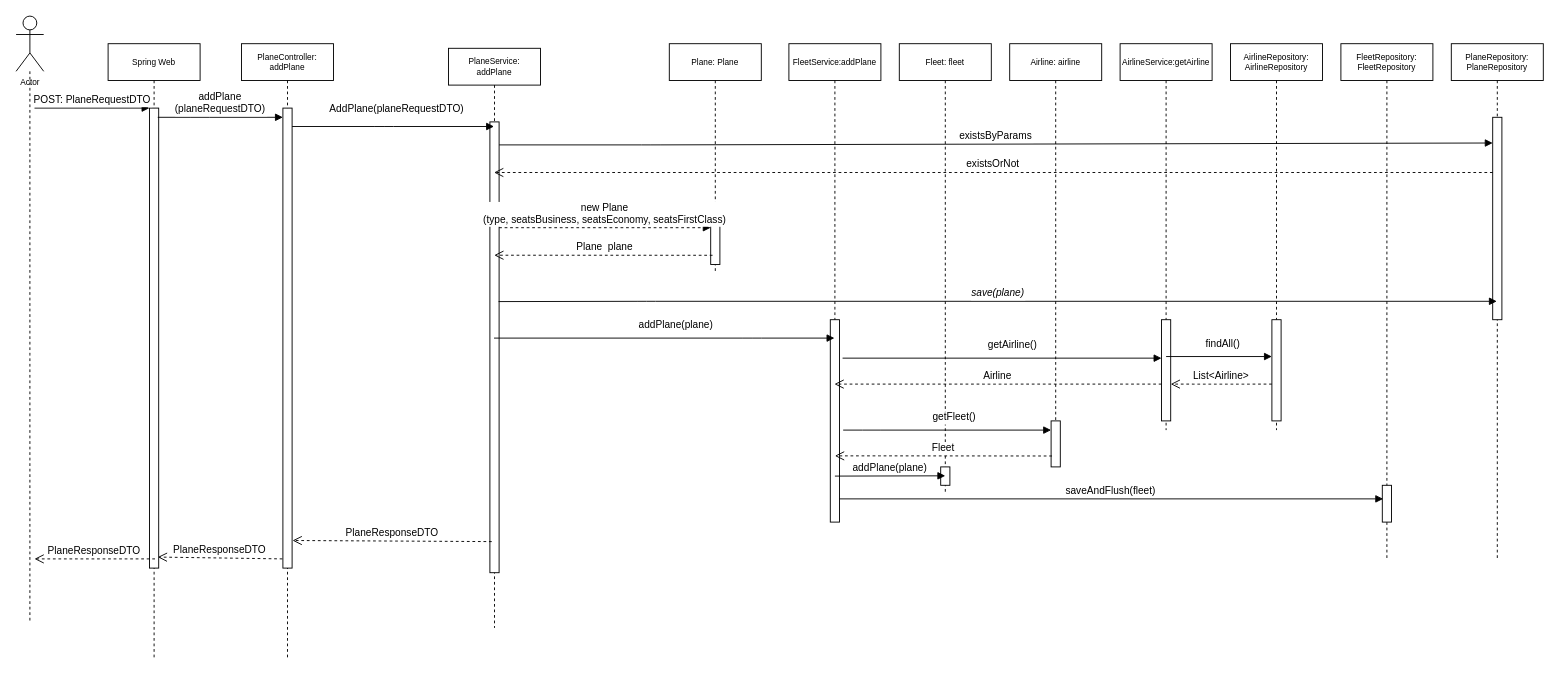
The draw.io diagram docs/sequenceDiagrams/addPlane.drawio in huict/prbed-2122-v2c-teamdit, before the edit. Source tidied: cells renumbered, new cells numbered last; positions are measured from the earlier drawing's top-left corner, leaving out a move shared by most shapes. Both pictures are drawn from the tidied source at 92%, with x=0, y=0 at pixel (16, 16).
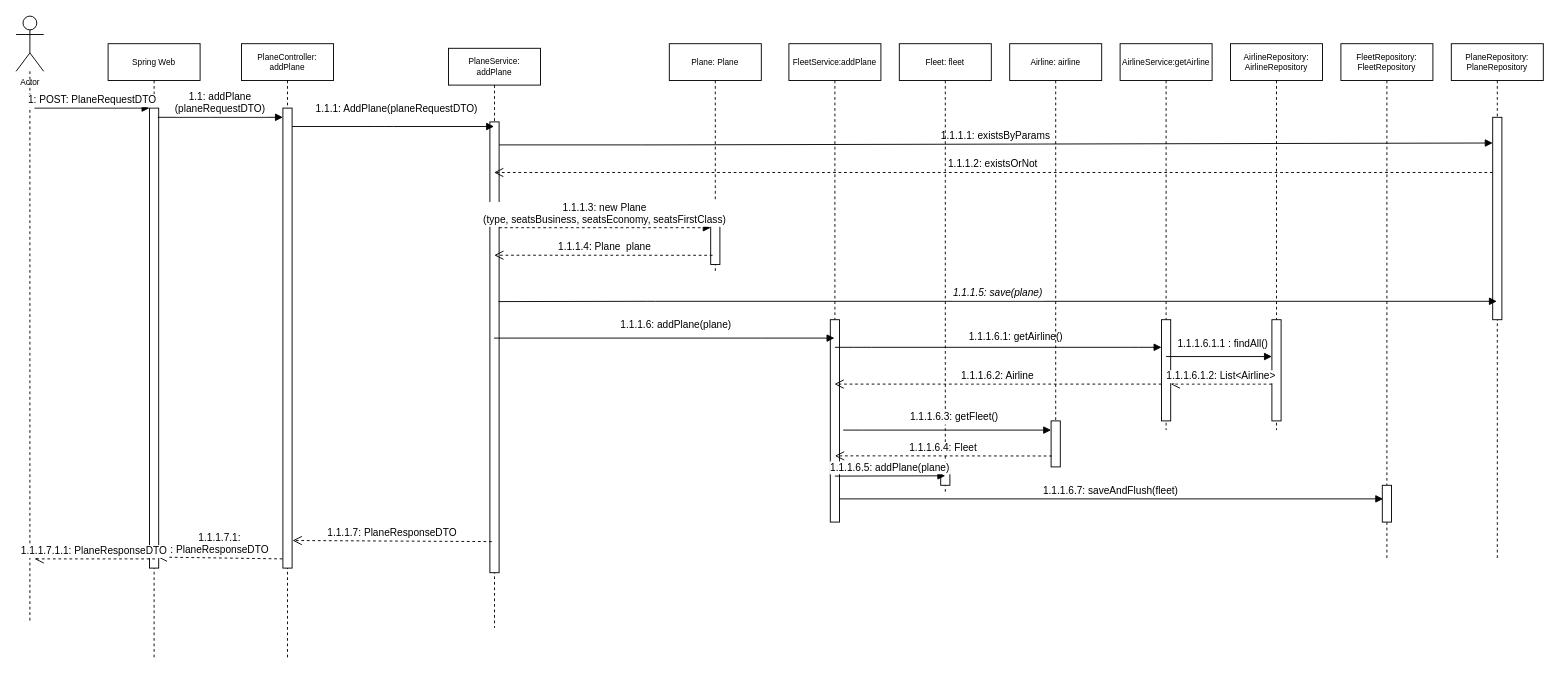
The same page after the edit.

Unchanged cells that the change refers to:
```xml
<mxCell id="3" style="points=[];perimeter=orthogonalPerimeter;rounded=0;shadow=0;strokeWidth=1;" parent="2" vertex="1">
  <mxGeometry x="45" y="70" width="10" height="500" as="geometry" />
</mxCell>
<mxCell id="4" value="PlaneService:&#10;addPlane" style="shape=umlLifeline;perimeter=lifelinePerimeter;rounded=0;shadow=0;strokeWidth=1;fontSize=9;" parent="1" vertex="1">
  <mxGeometry x="470" y="35" width="100" height="630" as="geometry" />
</mxCell>
<mxCell id="5" style="points=[];perimeter=orthogonalPerimeter;rounded=0;shadow=0;strokeWidth=1;" parent="4" vertex="1">
  <mxGeometry x="45" y="80" width="10" height="490" as="geometry" />
</mxCell>
<mxCell id="6" value="FleetService:addPlane" style="shape=umlLifeline;perimeter=lifelinePerimeter;rounded=0;shadow=0;strokeWidth=1;fontSize=9;" parent="1" vertex="1">
  <mxGeometry x="840" y="30" width="100" height="520" as="geometry" />
</mxCell>
<mxCell id="7" style="points=[];perimeter=orthogonalPerimeter;rounded=0;shadow=0;strokeWidth=1;" parent="6" vertex="1">
  <mxGeometry x="45" y="300" width="10" height="220" as="geometry" />
</mxCell>
<mxCell id="8" value="PlaneRepository:&#10;PlaneRepository" style="shape=umlLifeline;perimeter=lifelinePerimeter;rounded=0;shadow=0;strokeWidth=1;fontSize=9;" parent="1" vertex="1">
  <mxGeometry x="1560" y="30" width="100" height="560" as="geometry" />
</mxCell>
<mxCell id="9" style="points=[];perimeter=orthogonalPerimeter;rounded=0;shadow=0;strokeWidth=1;" parent="8" vertex="1">
  <mxGeometry x="45" y="80" width="10" height="220" as="geometry" />
</mxCell>
<mxCell id="12" style="points=[];perimeter=orthogonalPerimeter;rounded=0;shadow=0;strokeWidth=1;" parent="11" vertex="1">
  <mxGeometry x="45" y="180" width="10" height="60" as="geometry" />
</mxCell>
<mxCell id="24" style="points=[];perimeter=orthogonalPerimeter;rounded=0;shadow=0;strokeWidth=1;" parent="23" vertex="1">
  <mxGeometry x="45" y="300" width="10" height="110" as="geometry" />
</mxCell>
<mxCell id="26" style="points=[];perimeter=orthogonalPerimeter;rounded=0;shadow=0;strokeWidth=1;" parent="25" vertex="1">
  <mxGeometry x="45" y="300" width="10" height="110" as="geometry" />
</mxCell>
<mxCell id="32" style="points=[];perimeter=orthogonalPerimeter;rounded=0;shadow=0;strokeWidth=1;" parent="31" vertex="1">
  <mxGeometry x="45" y="480" width="10" height="40" as="geometry" />
</mxCell>
<mxCell id="34" style="points=[];perimeter=orthogonalPerimeter;rounded=0;shadow=0;strokeWidth=1;" parent="33" vertex="1">
  <mxGeometry x="45" y="410" width="10" height="50" as="geometry" />
</mxCell>
<mxCell id="41" value="Spring Web" style="shape=umlLifeline;perimeter=lifelinePerimeter;rounded=0;shadow=0;strokeWidth=1;fontSize=9;" parent="1" vertex="1">
  <mxGeometry x="100" y="30" width="100" height="670" as="geometry" />
</mxCell>
<mxCell id="42" style="points=[];perimeter=orthogonalPerimeter;rounded=0;shadow=0;strokeWidth=1;" parent="41" vertex="1">
  <mxGeometry x="45" y="70" width="10" height="500" as="geometry" />
</mxCell>
```

Diff of the diagram source:
```diff
@@
-    <mxCell id="10" value="AddPlane(planeRequestDTO)" style="verticalAlign=bottom;endArrow=block;shadow=0;strokeWidth=1;" parent="1" edge="1" source="3" target="4">
+    <mxCell id="10" value="1.1.1: AddPlane(planeRequestDTO)" style="verticalAlign=bottom;endArrow=block;shadow=0;strokeWidth=1;" parent="1" edge="1" source="3" target="4">
       <mxGeometry x="0.04" y="10" relative="1" as="geometry">
         <Array as="points">
           <mxPoint x="400" y="120" />
         </Array>
       </mxGeometry>
     </mxCell>
@@
-    <mxCell id="13" value="existsByParams" style="verticalAlign=bottom;endArrow=block;shadow=0;strokeWidth=1;entryX=0;entryY=0.127;entryDx=0;entryDy=0;entryPerimeter=0;" parent="1" edge="1" source="5" target="9">
+    <mxCell id="13" value="1.1.1.1: existsByParams" style="verticalAlign=bottom;endArrow=block;shadow=0;strokeWidth=1;entryX=0;entryY=0.127;entryDx=0;entryDy=0;entryPerimeter=0;" parent="1" edge="1" source="5" target="9">
       <mxGeometry relative="1" as="geometry">
         <Array as="points">
           <mxPoint x="690" y="140" />
         </Array>
       </mxGeometry>
     </mxCell>
-    <mxCell id="14" value="existsOrNot" style="verticalAlign=bottom;endArrow=open;dashed=1;endSize=8;shadow=0;strokeWidth=1;" parent="1" edge="1" source="9" target="4">
+    <mxCell id="14" value="1.1.1.2: existsOrNot" style="verticalAlign=bottom;endArrow=open;dashed=1;endSize=8;shadow=0;strokeWidth=1;" parent="1" edge="1" source="9" target="4">
       <mxGeometry relative="1" as="geometry">
         <Array as="points">
           <mxPoint x="1370" y="170" />
           <mxPoint x="1167" y="170" />
         </Array>
       </mxGeometry>
     </mxCell>
-    <mxCell id="15" value="new Plane&#10;(type, seatsBusiness, seatsEconomy, seatsFirstClass)" style="verticalAlign=bottom;endArrow=block;shadow=0;strokeWidth=1;dashed=1;" parent="1" edge="1" source="5" target="12">
+    <mxCell id="15" value="1.1.1.3: new Plane&#10;(type, seatsBusiness, seatsEconomy, seatsFirstClass)" style="verticalAlign=bottom;endArrow=block;shadow=0;strokeWidth=1;dashed=1;" parent="1" edge="1" source="5" target="12">
       <mxGeometry relative="1" as="geometry">
         <Array as="points">
           <mxPoint x="700" y="230" />
         </Array>
       </mxGeometry>
     </mxCell>
-    <mxCell id="16" value="Plane  plane" style="verticalAlign=bottom;endArrow=open;dashed=1;endSize=8;shadow=0;strokeWidth=1;exitX=0.2;exitY=0.833;exitDx=0;exitDy=0;exitPerimeter=0;entryX=0.497;entryY=0.357;entryDx=0;entryDy=0;entryPerimeter=0;" parent="1" edge="1" source="12" target="4">
+    <mxCell id="16" value="1.1.1.4: Plane  plane" style="verticalAlign=bottom;endArrow=open;dashed=1;endSize=8;shadow=0;strokeWidth=1;exitX=0.2;exitY=0.833;exitDx=0;exitDy=0;exitPerimeter=0;entryX=0.497;entryY=0.357;entryDx=0;entryDy=0;entryPerimeter=0;" parent="1" edge="1" source="12" target="4">
       <mxGeometry x="-0.01" relative="1" as="geometry" />
     </mxCell>
-    <mxCell id="17" value="save(plane)" style="verticalAlign=bottom;endArrow=block;shadow=0;strokeWidth=1;fontStyle=2;exitX=0.544;exitY=0.437;exitDx=0;exitDy=0;exitPerimeter=0;" parent="1" edge="1" source="4" target="8">
+    <mxCell id="17" value="1.1.1.5: save(plane)" style="verticalAlign=bottom;endArrow=block;shadow=0;strokeWidth=1;fontStyle=2;exitX=0.544;exitY=0.437;exitDx=0;exitDy=0;exitPerimeter=0;" parent="1" edge="1" source="4" target="8">
       <mxGeometry relative="1" as="geometry">
         <Array as="points">
           <mxPoint x="685" y="310" />
         </Array>
       </mxGeometry>
     </mxCell>
-    <mxCell id="18" value="addPlane(plane)" style="verticalAlign=bottom;endArrow=block;shadow=0;strokeWidth=1;fontStyle=0;" parent="1" edge="1" source="4" target="6">
+    <mxCell id="18" value="1.1.1.6: addPlane(plane)" style="verticalAlign=bottom;endArrow=block;shadow=0;strokeWidth=1;fontStyle=0;" parent="1" edge="1" source="4" target="6">
       <mxGeometry x="0.07" y="5" relative="1" as="geometry">
         <Array as="points">
           <mxPoint x="800" y="350" />
         </Array>
       </mxGeometry>
     </mxCell>
-    <mxCell id="19" value="PlaneResponseDTO" style="verticalAlign=bottom;endArrow=open;dashed=1;endSize=8;shadow=0;strokeWidth=1;exitX=0.2;exitY=0.931;exitDx=0;exitDy=0;exitPerimeter=0;" parent="1" edge="1" source="5">
+    <mxCell id="19" value="1.1.1.7: PlaneResponseDTO" style="verticalAlign=bottom;endArrow=open;dashed=1;endSize=8;shadow=0;strokeWidth=1;exitX=0.2;exitY=0.931;exitDx=0;exitDy=0;exitPerimeter=0;" parent="1" edge="1" source="5">
       <mxGeometry relative="1" as="geometry">
         <mxPoint x="300.5" y="570" as="targetPoint" />
       </mxGeometry>
     </mxCell>
-    <mxCell id="20" value="PlaneResponseDTO" style="verticalAlign=bottom;endArrow=open;dashed=1;endSize=8;shadow=0;strokeWidth=1;entryX=0.9;entryY=0.976;entryDx=0;entryDy=0;entryPerimeter=0;" parent="1" edge="1" target="42">
+    <mxCell id="20" value="1.1.1.7.1:&#10;: PlaneResponseDTO" style="verticalAlign=bottom;endArrow=open;dashed=1;endSize=8;shadow=0;strokeWidth=1;entryX=0.9;entryY=0.976;entryDx=0;entryDy=0;entryPerimeter=0;" parent="1" edge="1" target="42">
       <mxGeometry relative="1" as="geometry">
         <mxPoint x="289.5" y="590" as="sourcePoint" />
       </mxGeometry>
     </mxCell>
@@
-    <mxCell id="27" value="getAirline()" style="verticalAlign=bottom;endArrow=block;shadow=0;strokeWidth=1;fontStyle=0;exitX=1.333;exitY=0.19;exitDx=0;exitDy=0;exitPerimeter=0;" parent="1" edge="1" source="7" target="24">
-      <mxGeometry x="0.07" y="5" relative="1" as="geometry" />
+    <mxCell id="27" value="1.1.1.6.1: getAirline()" style="verticalAlign=bottom;endArrow=block;shadow=0;strokeWidth=1;fontStyle=0;" parent="1" edge="1" target="24">
+      <mxGeometry x="0.11" y="2" relative="1" as="geometry">
+        <mxPoint x="890" y="360" as="sourcePoint" />
+        <Array as="points">
+          <mxPoint x="920" y="360" />
+          <mxPoint x="1210" y="360" />
+        </Array>
+      </mxGeometry>
     </mxCell>
-    <mxCell id="28" value="findAll()" style="verticalAlign=bottom;endArrow=block;shadow=0;strokeWidth=1;fontStyle=0;exitX=0.5;exitY=0.364;exitDx=0;exitDy=0;exitPerimeter=0;" parent="1" edge="1" source="24" target="26">
+    <mxCell id="28" value="1.1.1.6.1.1 : findAll()" style="verticalAlign=bottom;endArrow=block;shadow=0;strokeWidth=1;fontStyle=0;exitX=0.5;exitY=0.364;exitDx=0;exitDy=0;exitPerimeter=0;" parent="1" edge="1" source="24" target="26">
       <mxGeometry x="0.07" y="5" relative="1" as="geometry" />
     </mxCell>
-    <mxCell id="29" value="List&lt;Airline&gt;" style="verticalAlign=bottom;endArrow=open;dashed=1;endSize=8;shadow=0;strokeWidth=1;" parent="1" edge="1" source="26" target="24">
+    <mxCell id="29" value="1.1.1.6.1.2: List&lt;Airline&gt;" style="verticalAlign=bottom;endArrow=open;dashed=1;endSize=8;shadow=0;strokeWidth=1;" parent="1" edge="1" source="26" target="24">
       <mxGeometry relative="1" as="geometry">
         <Array as="points">
           <mxPoint x="1310" y="400" />
         </Array>
       </mxGeometry>
     </mxCell>
-    <mxCell id="30" value="Airline" style="verticalAlign=bottom;endArrow=open;dashed=1;endSize=8;shadow=0;strokeWidth=1;" parent="1" edge="1" source="24" target="6">
+    <mxCell id="30" value="1.1.1.6.2: Airline" style="verticalAlign=bottom;endArrow=open;dashed=1;endSize=8;shadow=0;strokeWidth=1;" parent="1" edge="1" source="24" target="6">
       <mxGeometry relative="1" as="geometry">
         <Array as="points">
           <mxPoint x="1070" y="400" />
         </Array>
       </mxGeometry>
     </mxCell>
@@
-    <mxCell id="37" value="getFleet()" style="verticalAlign=bottom;endArrow=block;shadow=0;strokeWidth=1;fontStyle=0;" parent="1" edge="1" target="34">
+    <mxCell id="37" value="1.1.1.6.3: getFleet()" style="verticalAlign=bottom;endArrow=block;shadow=0;strokeWidth=1;fontStyle=0;" parent="1" edge="1" target="34">
       <mxGeometry x="0.07" y="5" relative="1" as="geometry">
         <mxPoint x="899" y="450" as="sourcePoint" />
         <Array as="points">
           <mxPoint x="930" y="450" />
         </Array>
       </mxGeometry>
     </mxCell>
-    <mxCell id="38" value="Fleet" style="verticalAlign=bottom;endArrow=open;dashed=1;endSize=8;shadow=0;strokeWidth=1;exitX=0.097;exitY=0.763;exitDx=0;exitDy=0;exitPerimeter=0;" parent="1" edge="1" source="34">
+    <mxCell id="38" value="1.1.1.6.4: Fleet" style="verticalAlign=bottom;endArrow=open;dashed=1;endSize=8;shadow=0;strokeWidth=1;exitX=0.097;exitY=0.763;exitDx=0;exitDy=0;exitPerimeter=0;" parent="1" edge="1" source="34">
       <mxGeometry relative="1" as="geometry">
         <mxPoint x="890" y="478" as="targetPoint" />
         <Array as="points">
           <mxPoint x="940" y="478" />
         </Array>
       </mxGeometry>
     </mxCell>
-    <mxCell id="39" value="addPlane(plane)" style="verticalAlign=bottom;endArrow=block;shadow=0;strokeWidth=1;fontStyle=0;" parent="1" edge="1">
+    <mxCell id="39" value="1.1.1.6.5: addPlane(plane)" style="verticalAlign=bottom;endArrow=block;shadow=0;strokeWidth=1;fontStyle=0;" parent="1" edge="1">
       <mxGeometry relative="1" as="geometry">
         <mxPoint x="890" y="500" as="sourcePoint" />
         <mxPoint x="1010" y="499.7" as="targetPoint" />
       </mxGeometry>
     </mxCell>
-    <mxCell id="40" value="saveAndFlush(fleet)" style="verticalAlign=bottom;endArrow=block;shadow=0;strokeWidth=1;fontStyle=0;entryX=0.097;entryY=0.369;entryDx=0;entryDy=0;entryPerimeter=0;" parent="1" edge="1" source="7" target="32">
+    <mxCell id="40" value="1.1.1.6.7: saveAndFlush(fleet)" style="verticalAlign=bottom;endArrow=block;shadow=0;strokeWidth=1;fontStyle=0;entryX=0.097;entryY=0.369;entryDx=0;entryDy=0;entryPerimeter=0;" parent="1" edge="1" source="7" target="32">
       <mxGeometry relative="1" as="geometry" />
     </mxCell>
@@
-    <mxCell id="43" value="POST: PlaneRequestDTO" style="verticalAlign=bottom;startArrow=none;endArrow=block;startSize=8;shadow=0;strokeWidth=1;startFill=0;" parent="41" edge="1" target="42">
+    <mxCell id="43" value="1: POST: PlaneRequestDTO" style="verticalAlign=bottom;startArrow=none;endArrow=block;startSize=8;shadow=0;strokeWidth=1;startFill=0;" parent="41" edge="1" target="42">
       <mxGeometry relative="1" as="geometry">
         <mxPoint x="-80" y="70" as="sourcePoint" />
       </mxGeometry>
     </mxCell>
-    <mxCell id="44" value="addPlane&#10;(planeRequestDTO)" style="verticalAlign=bottom;startArrow=none;endArrow=block;startSize=8;shadow=0;strokeWidth=1;startFill=0;exitX=0.9;exitY=0.02;exitDx=0;exitDy=0;exitPerimeter=0;" parent="1" edge="1" source="42" target="3">
+    <mxCell id="44" value="1.1: addPlane&#10;(planeRequestDTO)" style="verticalAlign=bottom;startArrow=none;endArrow=block;startSize=8;shadow=0;strokeWidth=1;startFill=0;exitX=0.9;exitY=0.02;exitDx=0;exitDy=0;exitPerimeter=0;" parent="1" edge="1" source="42" target="3">
       <mxGeometry relative="1" as="geometry">
         <Array as="points">
           <mxPoint x="200" y="110" />
         </Array>
       </mxGeometry>
     </mxCell>
-    <mxCell id="45" value="PlaneResponseDTO" style="verticalAlign=bottom;endArrow=open;dashed=1;endSize=8;shadow=0;strokeWidth=1;" parent="1" edge="1">
+    <mxCell id="45" value="1.1.1.7.1.1: PlaneResponseDTO" style="verticalAlign=bottom;endArrow=open;dashed=1;endSize=8;shadow=0;strokeWidth=1;" parent="1" edge="1">
       <mxGeometry relative="1" as="geometry">
         <mxPoint x="151" y="590" as="sourcePoint" />
         <mxPoint x="20" y="590" as="targetPoint" />
       </mxGeometry>
     </mxCell>
```
